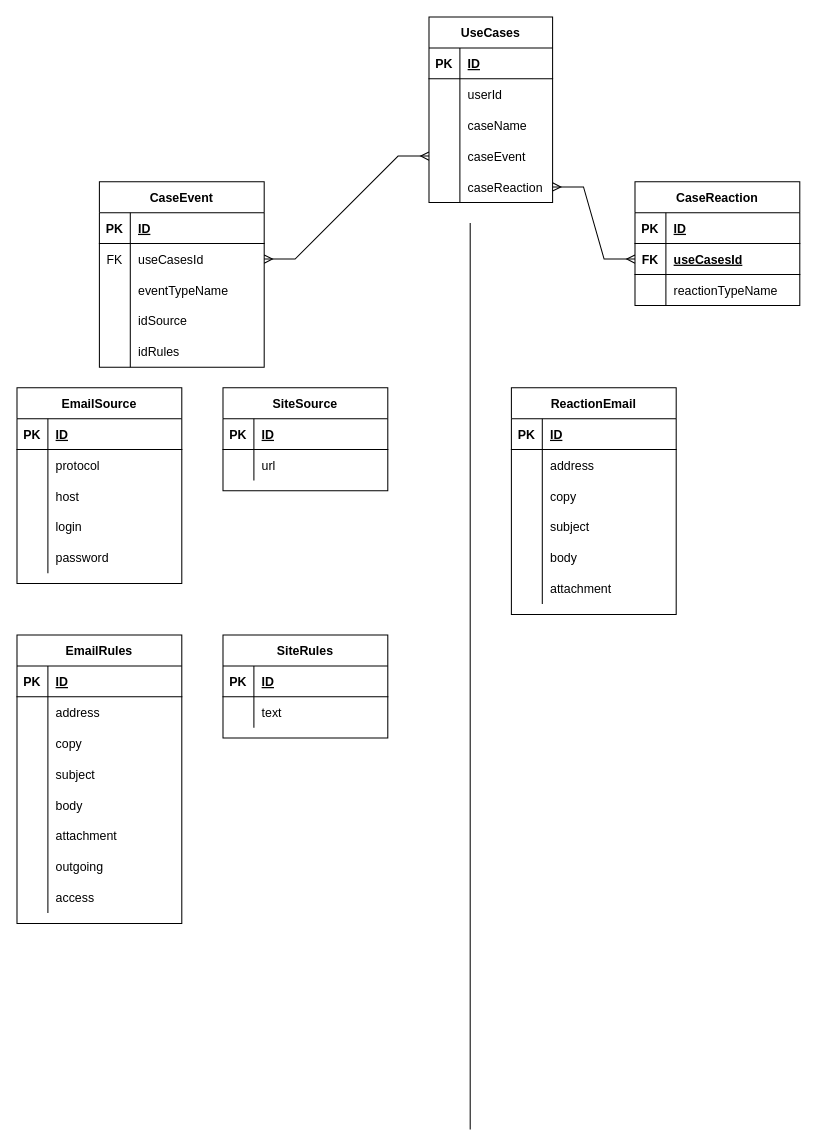
The draw.io diagram page "EntityScheme" (2 of 2) of Other/scheme.drawio in StasPI/Trigger, before the edit. Source tidied: cells renumbered, new cells numbered last; positions are measured from the earlier drawing's top-left corner, leaving out a move shared by most shapes. Both pictures are drawn from the tidied source at 103%, with x=0, y=0 at pixel (16, 16).
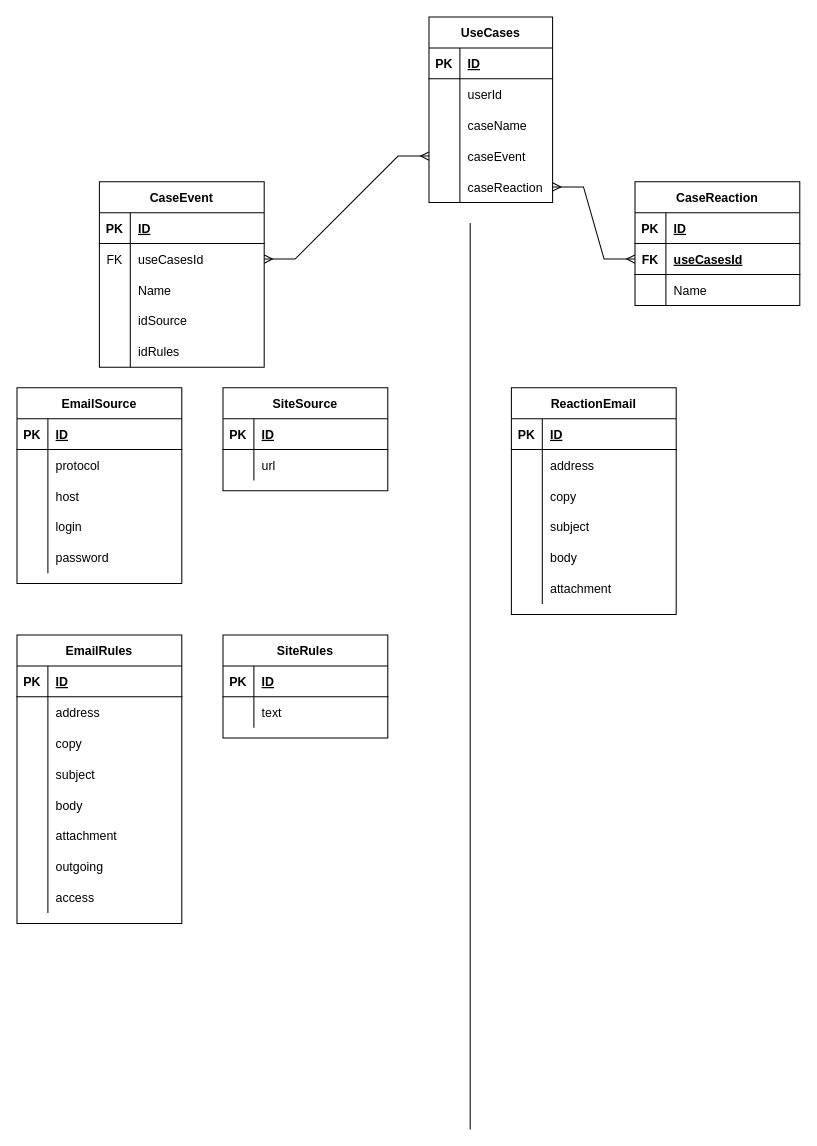
Above is the later version.

The change refers to these unchanged cells:
```xml
<mxCell id="9" style="shape=partialRectangle;fillColor=none;top=0;left=0;right=0;bottom=0;" parent="2" vertex="1">
  <mxGeometry y="90" width="160" height="30" as="geometry" />
</mxCell>
<mxCell id="25" style="shape=partialRectangle;fillColor=none;top=0;left=0;right=0;bottom=0;" parent="18" vertex="1">
  <mxGeometry y="90" width="160" height="30" as="geometry" />
</mxCell>
```

The edit, as a diff of the source:
```diff
@@
-    <mxCell id="11" value="eventTypeName" style="shape=partialRectangle;overflow=hidden;fillColor=none;top=0;left=0;bottom=0;right=0;align=left;spacingLeft=6;" parent="9" vertex="1">
+    <mxCell id="11" value="Name" style="shape=partialRectangle;overflow=hidden;fillColor=none;top=0;left=0;bottom=0;right=0;align=left;spacingLeft=6;" parent="9" vertex="1">
       <mxGeometry x="30" width="130" height="30" as="geometry" />
     </mxCell>
@@
-    <mxCell id="27" value="reactionTypeName" style="shape=partialRectangle;overflow=hidden;fillColor=none;top=0;left=0;bottom=0;right=0;align=left;spacingLeft=6;" parent="25" vertex="1">
+    <mxCell id="27" value="Name" style="shape=partialRectangle;overflow=hidden;fillColor=none;top=0;left=0;bottom=0;right=0;align=left;spacingLeft=6;" parent="25" vertex="1">
       <mxGeometry x="30" width="130" height="30" as="geometry" />
     </mxCell>
```
